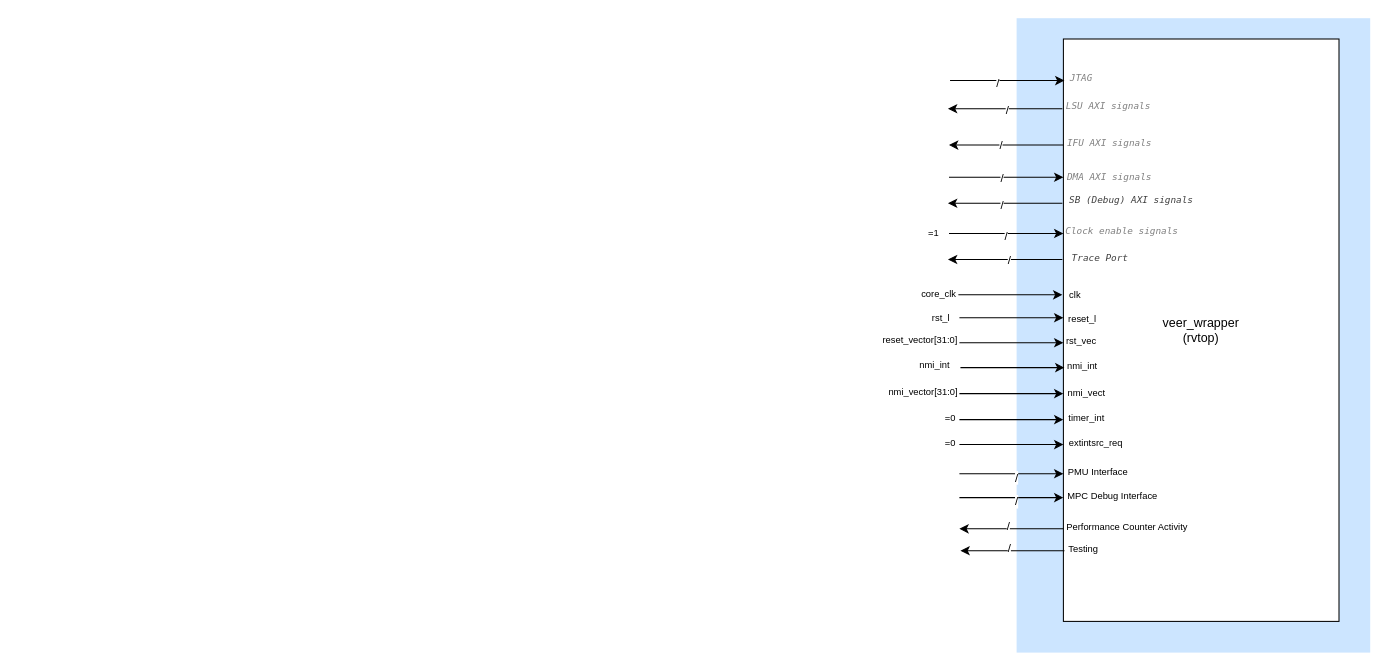
WajahatRiaz/Cores-VeeR-EH1 keeps this draw.io diagram as docs/blocks.drawio. Above is the earlier version. Source tidied: cells renumbered, new cells numbered last; positions are measured from the earlier drawing's top-left corner, leaving out a move shared by most shapes. Both pictures are drawn from the tidied source at 104%, with x=0, y=0 at pixel (867, 18).
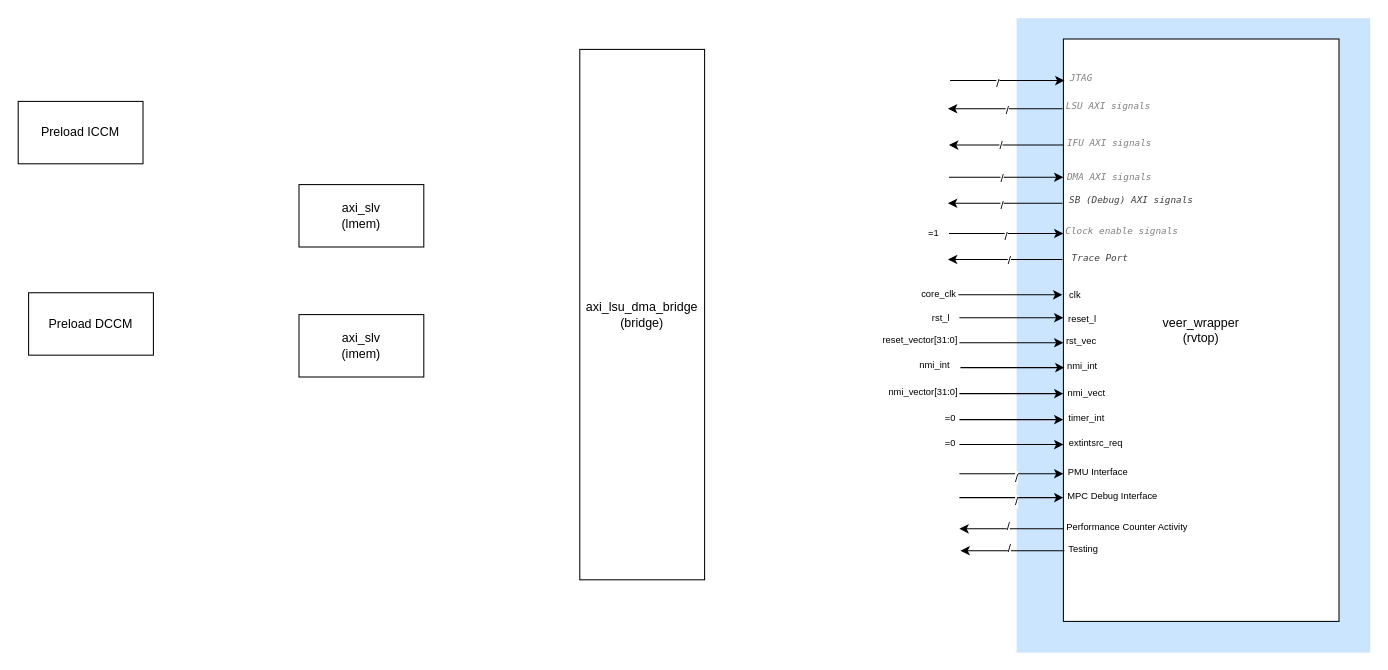
The same page after the edit.

Commit message (it also covers changes not shown here):
Removing unwantes files, scripts and updating block diagram

Diff of the diagram source:
```diff
@@
+    <mxCell id="59" value="axi_lsu_dma_bridge&lt;div&gt;(bridge)&lt;/div&gt;" style="whiteSpace=wrap;html=1;" parent="1" vertex="1">
+      <mxGeometry x="-277" y="30" width="120" height="510" as="geometry" />
+    </mxCell>
+    <mxCell id="60" value="&lt;span style=&quot;color: rgb(0, 0, 0); text-wrap-mode: nowrap;&quot;&gt;axi_slv&lt;/span&gt;&lt;div style=&quot;text-wrap-mode: nowrap;&quot;&gt;(lmem)&lt;/div&gt;" style="whiteSpace=wrap;html=1;" parent="1" vertex="1">
+      <mxGeometry x="-547" y="160" width="120" height="60" as="geometry" />
+    </mxCell>
+    <mxCell id="61" value="&lt;span style=&quot;color: rgb(0, 0, 0); text-wrap-mode: nowrap;&quot;&gt;axi_slv&lt;/span&gt;&lt;div style=&quot;text-wrap-mode: nowrap;&quot;&gt;(imem)&lt;/div&gt;" style="whiteSpace=wrap;html=1;" parent="1" vertex="1">
+      <mxGeometry x="-547" y="285" width="120" height="60" as="geometry" />
+    </mxCell>
+    <mxCell id="62" value="&lt;span style=&quot;text-wrap-mode: nowrap;&quot;&gt;Preload ICCM&lt;/span&gt;" style="whiteSpace=wrap;html=1;" parent="1" vertex="1">
+      <mxGeometry x="-817" y="80" width="120" height="60" as="geometry" />
+    </mxCell>
+    <mxCell id="63" value="&lt;span style=&quot;text-wrap-mode: nowrap;&quot;&gt;Preload DCCM&lt;/span&gt;" style="whiteSpace=wrap;html=1;" parent="1" vertex="1">
+      <mxGeometry x="-807" y="264" width="120" height="60" as="geometry" />
+    </mxCell>
```
